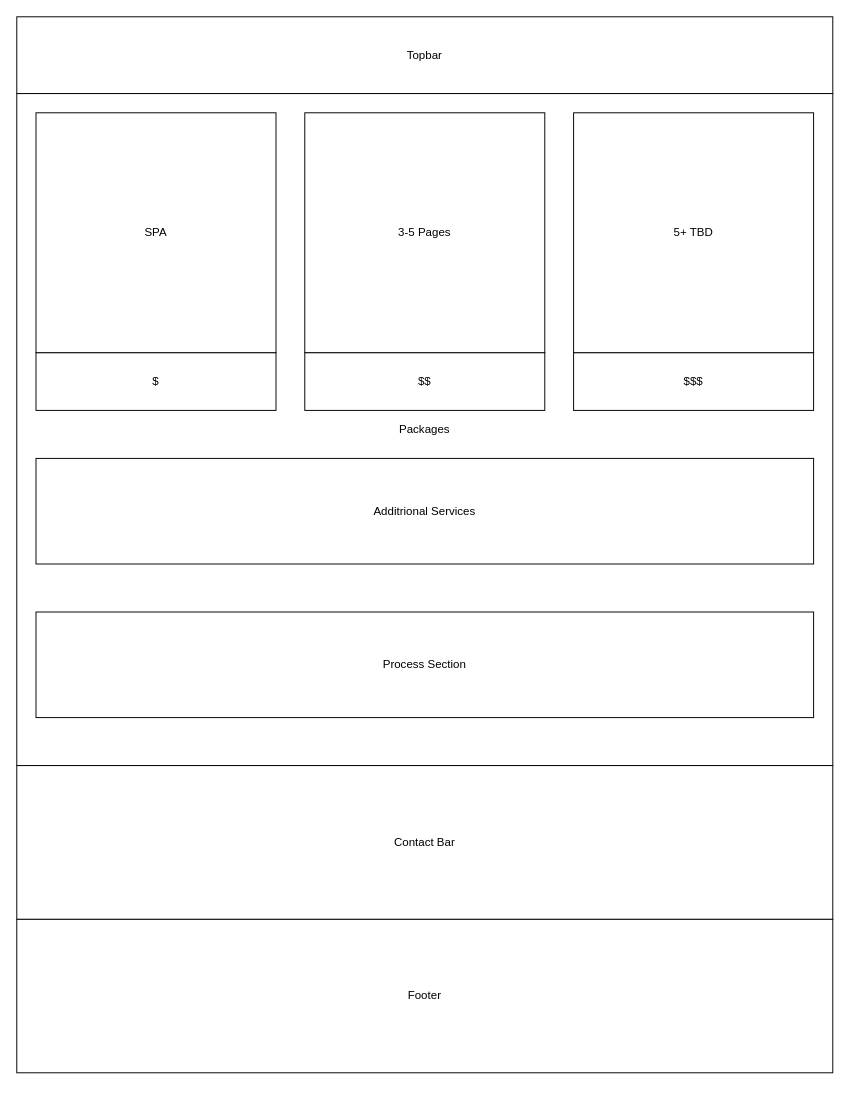
Earlier version of the draw.io diagram page "Packages" (2 of 4) of Frontend/src/Wireframes/Structure.drawio (DeanWilcoxson/BusinessWebsite). Source tidied: cells renumbered, new cells numbered last; positions are measured from the earlier drawing's top-left corner, leaving out a move shared by most shapes. Both pictures are drawn from the tidied source at 96%, with x=0, y=0 at pixel (16, 16).
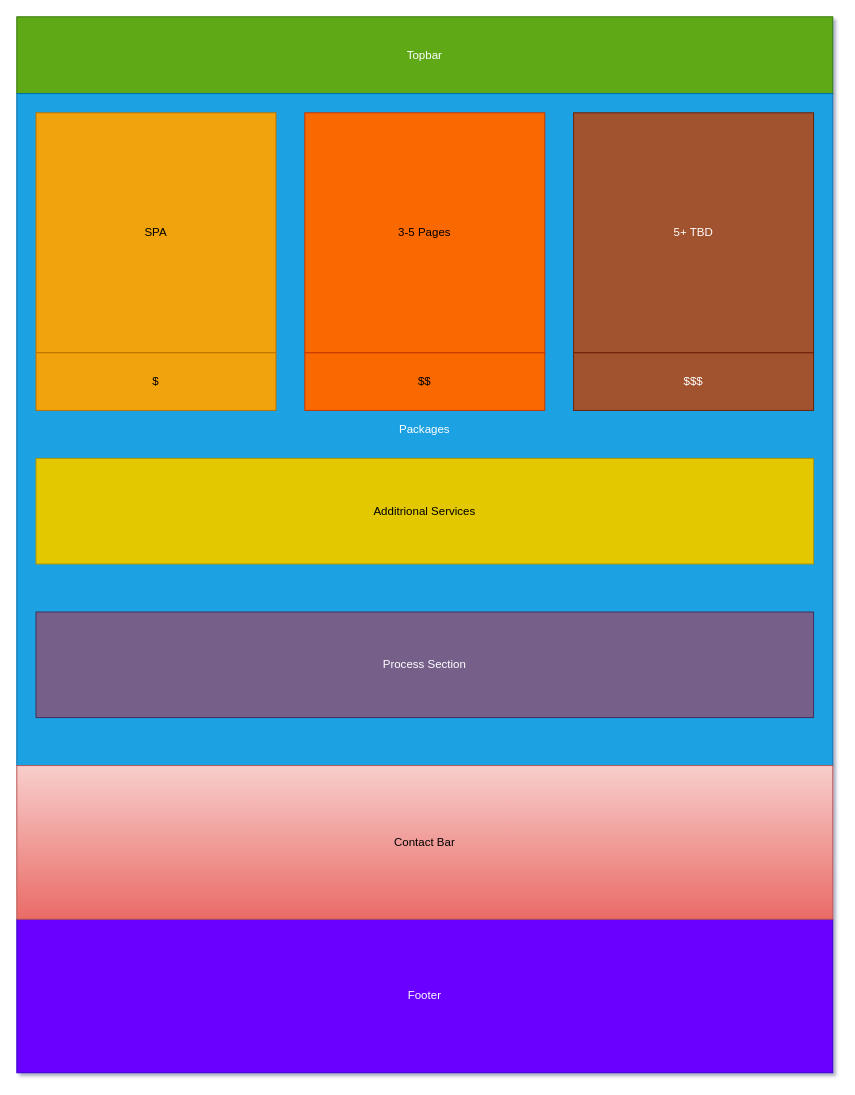
After the change.

Change to the diagram source:
```diff
@@
-<mxGraphModel>
+<mxGraphModel shadow="1">
   <root>
     <mxCell id="0" />
     <mxCell id="1" parent="0" />
-    <mxCell id="2" value="Topbar" style="rounded=0;whiteSpace=wrap;html=1;" parent="1" vertex="1">
+    <mxCell id="2" value="Topbar" style="rounded=0;whiteSpace=wrap;html=1;fillColor=#60a917;fontColor=#ffffff;strokeColor=#2D7600;" parent="1" vertex="1">
       <mxGeometry width="850" height="80" as="geometry" />
     </mxCell>
-    <mxCell id="3" value="Packages" style="rounded=0;whiteSpace=wrap;html=1;" parent="1" vertex="1">
+    <mxCell id="3" value="Packages" style="rounded=0;whiteSpace=wrap;html=1;fillColor=#1ba1e2;strokeColor=#006EAF;fontColor=#ffffff;" parent="1" vertex="1">
       <mxGeometry y="80" width="850" height="700" as="geometry" />
     </mxCell>
-    <mxCell id="4" value="SPA" style="whiteSpace=wrap;html=1;" parent="1" vertex="1">
+    <mxCell id="4" value="SPA" style="whiteSpace=wrap;html=1;fillColor=#f0a30a;fontColor=#000000;strokeColor=#BD7000;" parent="1" vertex="1">
       <mxGeometry x="20" y="100" width="250" height="250" as="geometry" />
     </mxCell>
-    <mxCell id="5" value="3-5 Pages" style="whiteSpace=wrap;html=1;" parent="1" vertex="1">
+    <mxCell id="5" value="3-5 Pages" style="whiteSpace=wrap;html=1;fillColor=#fa6800;fontColor=#000000;strokeColor=#C73500;" parent="1" vertex="1">
       <mxGeometry x="300" y="100" width="250" height="250" as="geometry" />
     </mxCell>
-    <mxCell id="6" value="5+ TBD" style="whiteSpace=wrap;html=1;" parent="1" vertex="1">
+    <mxCell id="6" value="5+ TBD" style="whiteSpace=wrap;html=1;fillColor=#a0522d;fontColor=#ffffff;strokeColor=#6D1F00;" parent="1" vertex="1">
       <mxGeometry x="580" y="100" width="250" height="250" as="geometry" />
     </mxCell>
-    <mxCell id="7" value="Footer" style="rounded=0;whiteSpace=wrap;html=1;" parent="1" vertex="1">
+    <mxCell id="7" value="Footer" style="rounded=0;whiteSpace=wrap;html=1;fillColor=#6a00ff;strokeColor=#3700CC;fontColor=#ffffff;" parent="1" vertex="1">
       <mxGeometry y="940" width="850" height="160" as="geometry" />
     </mxCell>
-    <mxCell id="8" value="$" style="rounded=0;whiteSpace=wrap;html=1;" parent="1" vertex="1">
+    <mxCell id="8" value="$" style="rounded=0;whiteSpace=wrap;html=1;fillColor=#f0a30a;fontColor=#000000;strokeColor=#BD7000;" parent="1" vertex="1">
       <mxGeometry x="20" y="350" width="250" height="60" as="geometry" />
     </mxCell>
-    <mxCell id="9" value="$$" style="rounded=0;whiteSpace=wrap;html=1;" parent="1" vertex="1">
+    <mxCell id="9" value="$$" style="rounded=0;whiteSpace=wrap;html=1;fillColor=#fa6800;fontColor=#000000;strokeColor=#C73500;" parent="1" vertex="1">
       <mxGeometry x="300" y="350" width="250" height="60" as="geometry" />
     </mxCell>
-    <mxCell id="10" value="$$$" style="rounded=0;whiteSpace=wrap;html=1;" parent="1" vertex="1">
+    <mxCell id="10" value="$$$" style="rounded=0;whiteSpace=wrap;html=1;fillColor=#a0522d;fontColor=#ffffff;strokeColor=#6D1F00;" parent="1" vertex="1">
       <mxGeometry x="580" y="350" width="250" height="60" as="geometry" />
     </mxCell>
-    <mxCell id="11" value="Process Section" style="rounded=0;whiteSpace=wrap;html=1;" parent="1" vertex="1">
+    <mxCell id="11" value="Process Section" style="rounded=0;whiteSpace=wrap;html=1;fillColor=#76608a;fontColor=#ffffff;strokeColor=#432D57;" parent="1" vertex="1">
       <mxGeometry x="20" y="620" width="810" height="110" as="geometry" />
     </mxCell>
-    <mxCell id="12" value="Contact Bar" style="rounded=0;whiteSpace=wrap;html=1;" parent="1" vertex="1">
+    <mxCell id="12" value="Contact Bar" style="rounded=0;whiteSpace=wrap;html=1;fillColor=#f8cecc;strokeColor=#b85450;gradientColor=#ea6b66;" parent="1" vertex="1">
       <mxGeometry y="780" width="850" height="160" as="geometry" />
     </mxCell>
-    <mxCell id="13" value="Additrional Services" style="rounded=0;whiteSpace=wrap;html=1;" parent="1" vertex="1">
+    <mxCell id="13" value="Additrional Services" style="rounded=0;whiteSpace=wrap;html=1;fillColor=#e3c800;fontColor=#000000;strokeColor=#B09500;" parent="1" vertex="1">
       <mxGeometry x="20" y="460" width="810" height="110" as="geometry" />
     </mxCell>
   </root>
 </mxGraphModel>
```
